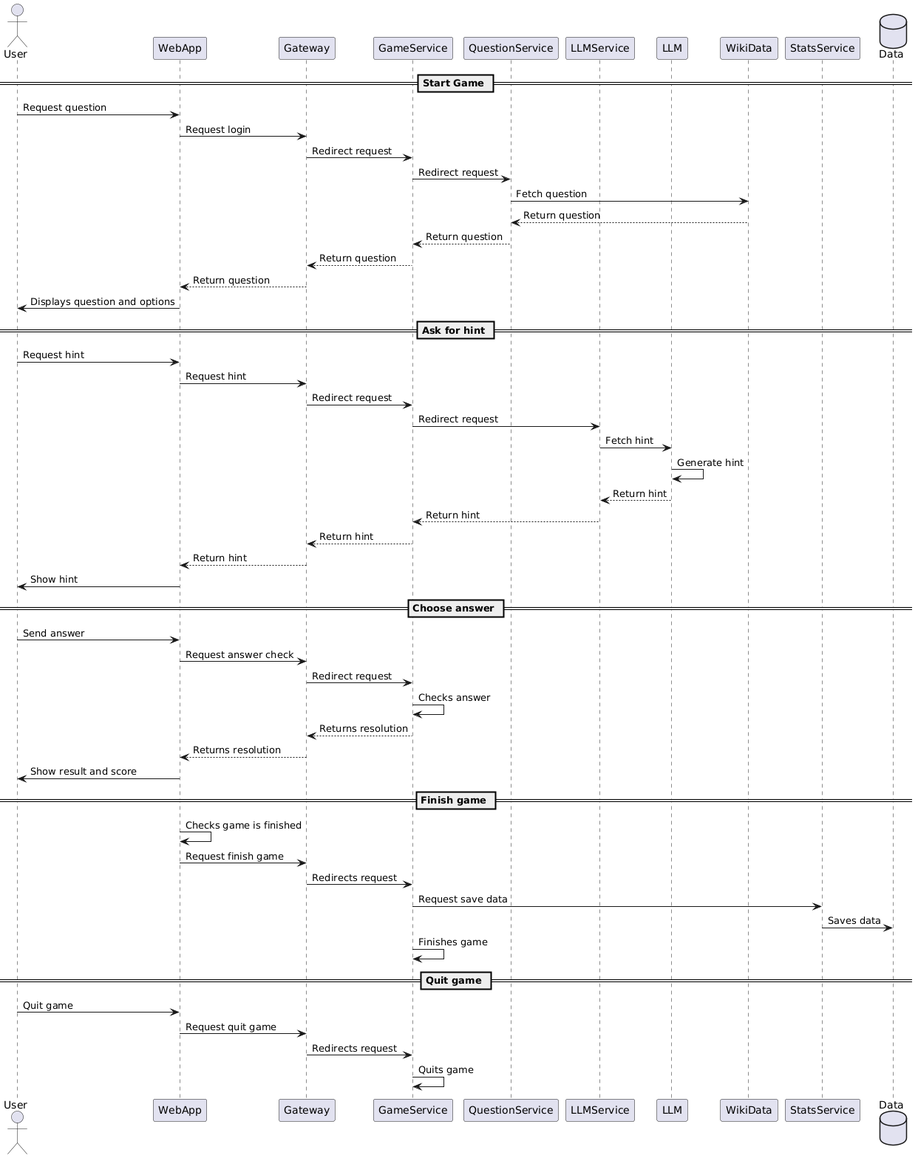
Earlier version of the PlantUML export docs/images/06_Game.png (Arquisoft/wichat_en1c).
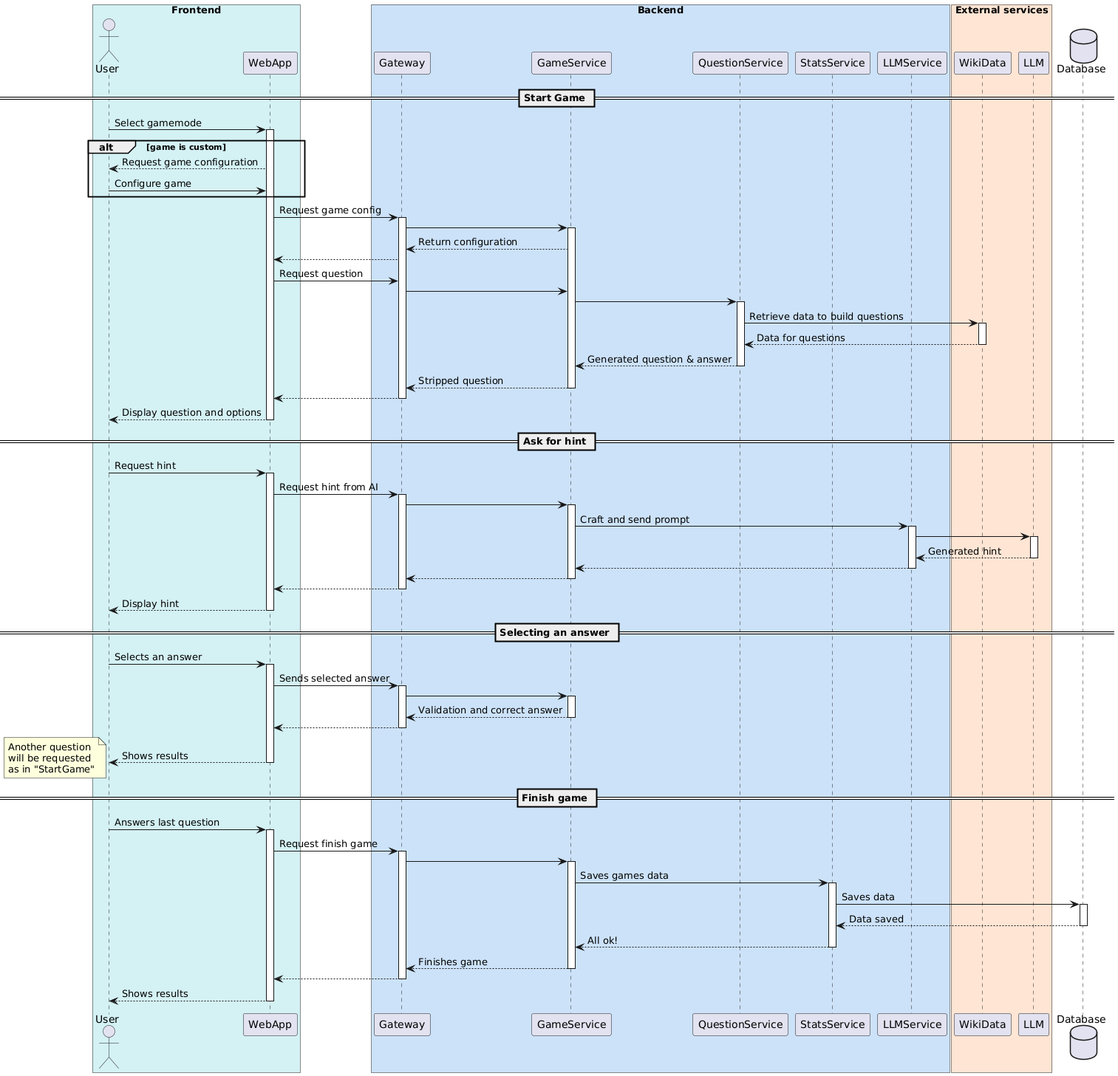
The same diagram one commit later.

Commit message:
docs: general update to the documentation and diagrams

The edit, as a diff of the source:
```diff
@@ -1,60 +1,112 @@
 @startuml
+box "Frontend" #D4F1F4
 actor User
 participant WebApp
+end box
+box "Backend" #CCE2F9
 participant Gateway
 participant GameService
 participant QuestionService
+participant StatsService
 participant LLMService
+end box
+box "External services" #FFE5D4
+participant WikiData
 participant LLM
-participant WikiData
-participant StatsService
-database Data
+end box
+database Database
 
 == Start Game ==
-User -> WebApp : Request question
-WebApp -> Gateway : Request login
-Gateway -> GameService : Redirect request
-GameService -> QuestionService : Redirect request
-QuestionService -> WikiData : Fetch question
-WikiData --> QuestionService : Return question
-QuestionService --> GameService : Return question
-GameService --> Gateway : Return question
-Gateway --> WebApp : Return question
-WebApp -> User : Displays question and options
+User -> WebApp: Select gamemode
+activate WebApp
+alt game is custom
+WebApp --> User: Request game configuration
+User -> WebApp: Configure game
+end
+WebApp -> Gateway: Request game config
+activate Gateway
+Gateway -> GameService
+activate GameService
+GameService --> Gateway: Return configuration
+Gateway --> WebApp
+WebApp -> Gateway: Request question
+Gateway -> GameService
+GameService -> QuestionService
+activate QuestionService
+QuestionService -> WikiData: Retrieve data to build questions
+activate WikiData
+WikiData --> QuestionService: Data for questions
+deactivate WikiData
+QuestionService --> GameService: Generated question & answer
+deactivate QuestionService
+GameService --> Gateway: Stripped question
+deactivate GameService
+Gateway --> WebApp
+deactivate Gateway
+WebApp --> User: Display question and options
+
+deactivate WebApp
 
 == Ask for hint ==
-User -> WebApp : Request hint
-WebApp -> Gateway : Request hint
-Gateway -> GameService : Redirect request
-GameService -> LLMService : Redirect request
-LLMService -> LLM : Fetch hint
-LLM -> LLM : Generate hint
-LLM --> LLMService : Return hint
-LLMService --> GameService : Return hint
-GameService --> Gateway : Return hint
-Gateway --> WebApp : Return hint
-WebApp -> User : Show hint
+User -> WebApp: Request hint
+activate WebApp
+WebApp -> Gateway: Request hint from AI
+activate Gateway
+Gateway -> GameService
+activate GameService
+GameService -> LLMService: Craft and send prompt
+activate LLMService
+LLMService -> LLM
+activate LLM
+LLM --> LLMService: Generated hint
+deactivate LLM
+LLMService --> GameService
+deactivate LLMService
+GameService --> Gateway
+deactivate GameService
+Gateway --> WebApp
+deactivate Gateway
+WebApp --> User: Display hint
+deactivate WebApp
 
-== Choose answer ==
-User -> WebApp : Send answer
-WebApp -> Gateway : Request answer check
-Gateway -> GameService : Redirect request
-GameService -> GameService : Checks answer
-GameService --> Gateway : Returns resolution
-Gateway --> WebApp : Returns resolution
-WebApp -> User : Show result and score
+== Selecting an answer ==
+User -> WebApp: Selects an answer
+activate WebApp
+WebApp -> Gateway: Sends selected answer
+activate Gateway
+Gateway -> GameService
+activate GameService
+GameService --> Gateway: Validation and correct answer
+deactivate GameService
+Gateway --> WebApp
+deactivate Gateway
+WebApp --> User: Shows results
+deactivate WebApp
+note left
+Another question
+will be requested
+as in "StartGame"
+end note
 
 == Finish game ==
-WebApp -> WebApp : Checks game is finished
-WebApp -> Gateway : Request finish game
-Gateway -> GameService : Redirects request
-GameService -> StatsService : Request save data
-StatsService -> Data : Saves data
-GameService -> GameService : Finishes game
-
-== Quit game ==
-User -> WebApp : Quit game
-WebApp -> Gateway : Request quit game
-Gateway -> GameService : Redirects request
-GameService -> GameService : Quits game
+User -> WebApp: Answers last question
+activate WebApp
+WebApp -> Gateway: Request finish game
+activate Gateway
+Gateway -> GameService
+activate GameService
+GameService -> StatsService: Saves games data
+activate StatsService
+StatsService -> Database: Saves data
+activate Database
+Database --> StatsService: Data saved
+deactivate Database
+StatsService --> GameService: All ok!
+deactivate StatsService
+GameService --> Gateway: Finishes game
+deactivate GameService
+Gateway --> WebApp
+deactivate Gateway
+WebApp --> User: Shows results
+deactivate WebApp
 @enduml
```
